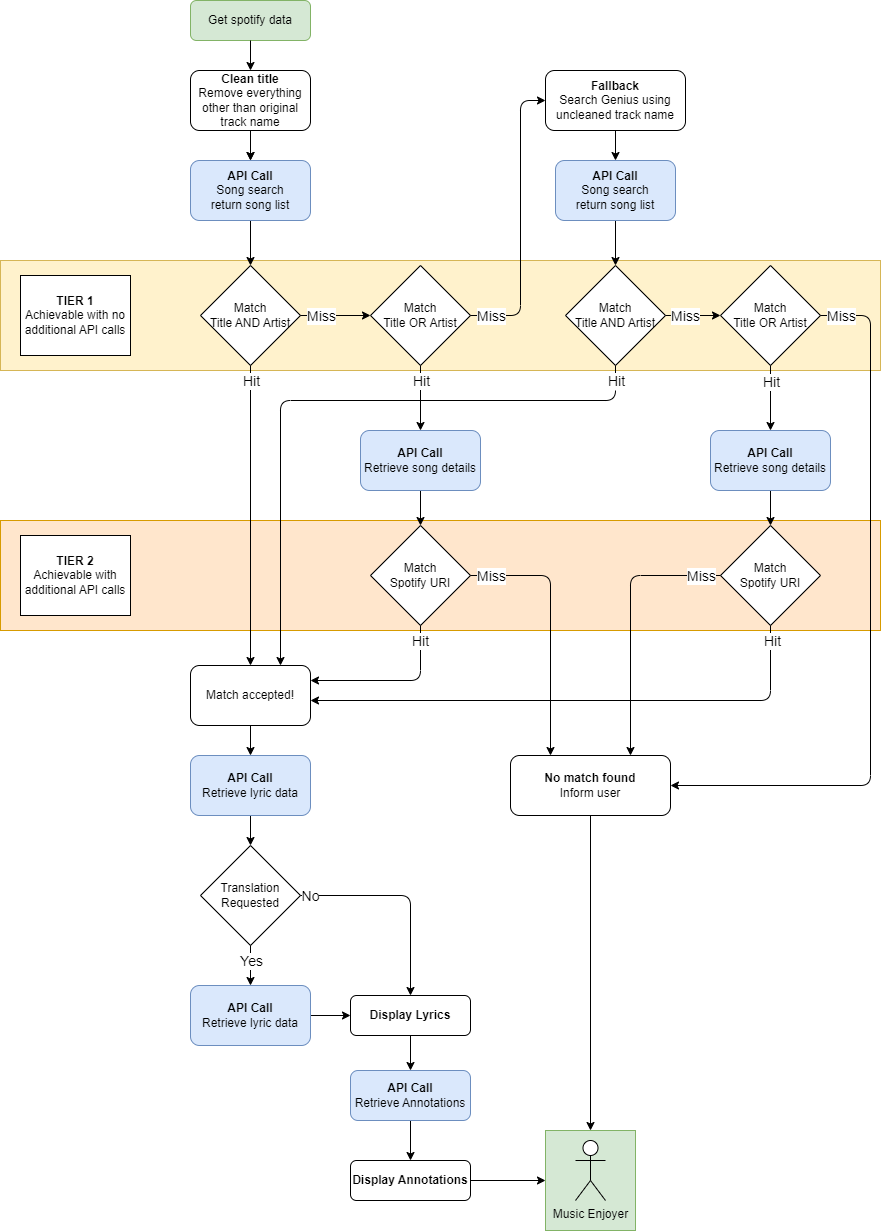
alexbishopbootcamp/music-lyric-player keeps this draw.io diagram as design/lyrics-match.png. Above is the earlier version. Source tidied: cells renumbered, new cells last; positions are measured from the earlier drawing's top-left corner, leaving out a move shared by most shapes.
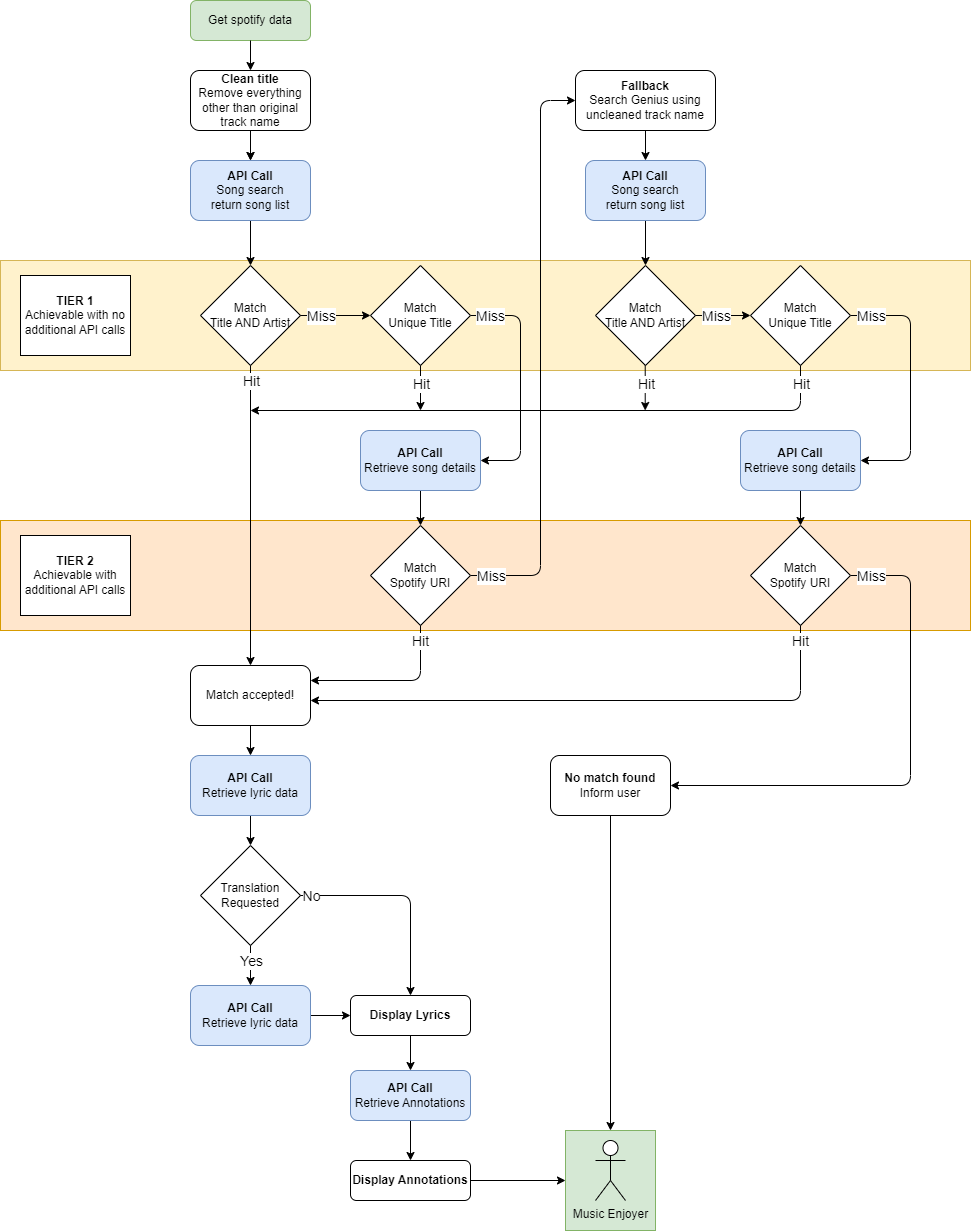
Later version of the same file.

Change to the diagram source:
```diff
@@ -3,13 +3,13 @@
     <mxCell id="0" />
     <mxCell id="1" parent="0" />
     <mxCell id="2" style="rounded=0;whiteSpace=wrap;html=1;shadow=0;glass=0;sketch=0;fillColor=#d5e8d4;strokeColor=#82b366;" parent="1" vertex="1">
-      <mxGeometry x="545" y="1130" width="90" height="100" as="geometry" />
+      <mxGeometry x="565" y="1130" width="90" height="100" as="geometry" />
     </mxCell>
     <mxCell id="3" style="rounded=0;whiteSpace=wrap;html=1;fillColor=#ffe6cc;strokeColor=#d79b00;glass=0;shadow=0;" parent="1" vertex="1">
-      <mxGeometry y="520" width="880" height="110" as="geometry" />
+      <mxGeometry y="520" width="970" height="110" as="geometry" />
     </mxCell>
     <mxCell id="4" style="rounded=0;whiteSpace=wrap;html=1;fillColor=#fff2cc;strokeColor=#d6b656;glass=0;shadow=0;" parent="1" vertex="1">
-      <mxGeometry y="260" width="880" height="110" as="geometry" />
+      <mxGeometry y="260" width="970" height="110" as="geometry" />
     </mxCell>
     <mxCell id="5" value="Get spotify data" style="rounded=1;whiteSpace=wrap;html=1;fillColor=#d5e8d4;strokeColor=#82b366;" parent="1" vertex="1">
       <mxGeometry x="190" width="120" height="40" as="geometry" />
@@ -30,10 +30,10 @@
       <mxGeometry relative="1" as="geometry" />
     </mxCell>
     <mxCell id="11" value="&lt;b&gt;Fallback&lt;/b&gt;&lt;br&gt;Search Genius using uncleaned track name" style="rounded=1;whiteSpace=wrap;html=1;" parent="1" vertex="1">
-      <mxGeometry x="545" y="70" width="140" height="60" as="geometry" />
+      <mxGeometry x="575" y="70" width="140" height="60" as="geometry" />
     </mxCell>
     <mxCell id="12" value="Music Enjoyer" style="shape=umlActor;verticalLabelPosition=bottom;verticalAlign=top;html=1;" parent="1" vertex="1">
-      <mxGeometry x="575" y="1140" width="30" height="60" as="geometry" />
+      <mxGeometry x="595" y="1140" width="30" height="60" as="geometry" />
     </mxCell>
     <mxCell id="13" style="edgeStyle=none;html=1;" parent="1" edge="1" source="14" target="15">
       <mxGeometry relative="1" as="geometry" />
@@ -84,60 +84,43 @@
         <mxPoint x="-15" as="offset" />
       </mxGeometry>
     </mxCell>
+    <mxCell id="29" style="edgeStyle=none;html=1;exitX=1;exitY=0.5;exitDx=0;exitDy=0;entryX=1;entryY=0.5;entryDx=0;entryDy=0;" parent="1" edge="1" source="28" target="66">
+      <mxGeometry relative="1" as="geometry">
+        <Array as="points">
+          <mxPoint x="520" y="315" />
+          <mxPoint x="520" y="460" />
+        </Array>
+      </mxGeometry>
+    </mxCell>
-    <mxCell id="28" value="Match&lt;br&gt;Title OR Artist" style="rhombus;whiteSpace=wrap;html=1;" parent="1" vertex="1">
+    <mxCell id="28" value="Match&lt;br&gt;Unique Title" style="rhombus;whiteSpace=wrap;html=1;" parent="1" vertex="1">
       <mxGeometry x="370" y="265" width="100" height="100" as="geometry" />
     </mxCell>
-    <mxCell id="29" style="endArrow=classic;html=1;exitX=0.5;exitY=1;exitDx=0;exitDy=0;entryX=0.5;entryY=0;entryDx=0;entryDy=0;" parent="1" edge="1" source="28" target="66">
-      <mxGeometry relative="1" as="geometry" />
-    </mxCell>
-    <mxCell id="30" value="Hit" style="edgeLabel;html=1;align=center;verticalAlign=middle;rounded=0;shadow=0;glass=0;sketch=0;fontSize=14;" parent="29" vertex="1">
-      <mxGeometry relative="1" as="geometry">
-        <mxPoint y="-18" as="offset" />
-      </mxGeometry>
-    </mxCell>
-    <mxCell id="31" style="endArrow=classic;html=1;exitX=1;exitY=0.5;exitDx=0;exitDy=0;entryX=0;entryY=0.5;entryDx=0;entryDy=0;" parent="1" edge="1" source="28" target="11">
-      <mxGeometry relative="1" as="geometry">
-        <Array as="points">
-          <mxPoint x="520" y="315" />
-          <mxPoint x="520" y="100" />
-        </Array>
-      </mxGeometry>
-    </mxCell>
-    <mxCell id="32" value="Miss" style="edgeLabel;html=1;align=center;verticalAlign=middle;rounded=0;shadow=0;glass=0;sketch=0;fontSize=14;" parent="31" vertex="1">
-      <mxGeometry relative="1" as="geometry">
-        <mxPoint x="-30" y="95" as="offset" />
-      </mxGeometry>
-    </mxCell>
     <mxCell id="33" style="edgeStyle=none;html=1;" parent="1" edge="1" source="34" target="47">
       <mxGeometry relative="1" as="geometry" />
     </mxCell>
     <mxCell id="34" value="&lt;b&gt;API Call&lt;/b&gt;&lt;br&gt;Song search&lt;br&gt;return song list" style="rounded=1;whiteSpace=wrap;html=1;fillColor=#dae8fc;strokeColor=#6c8ebf;" parent="1" vertex="1">
-      <mxGeometry x="555" y="160" width="120" height="60" as="geometry" />
+      <mxGeometry x="585" y="160" width="120" height="60" as="geometry" />
     </mxCell>
     <mxCell id="35" style="edgeStyle=none;html=1;exitX=0.5;exitY=1;exitDx=0;exitDy=0;" parent="1" edge="1" source="36" target="2">
       <mxGeometry relative="1" as="geometry" />
     </mxCell>
     <mxCell id="36" value="&lt;b&gt;No match found&lt;/b&gt;&lt;br&gt;Inform user" style="rounded=1;whiteSpace=wrap;html=1;" parent="1" vertex="1">
-      <mxGeometry x="510" y="755" width="160" height="60" as="geometry" />
+      <mxGeometry x="550" y="755" width="120" height="60" as="geometry" />
     </mxCell>
     <mxCell id="37" value="Translation Requested" style="rhombus;whiteSpace=wrap;html=1;" parent="1" vertex="1">
       <mxGeometry x="200" y="845" width="100" height="100" as="geometry" />
     </mxCell>
+    <mxCell id="72" style="edgeStyle=none;html=1;exitX=1;exitY=0.5;exitDx=0;exitDy=0;entryX=0;entryY=0.5;entryDx=0;entryDy=0;" parent="1" edge="1" source="38" target="11">
+      <mxGeometry relative="1" as="geometry">
+        <Array as="points">
+          <mxPoint x="540" y="575" />
+          <mxPoint x="540" y="100" />
+        </Array>
+      </mxGeometry>
+    </mxCell>
     <mxCell id="38" value="Match&lt;br&gt;Spotify URI" style="rhombus;whiteSpace=wrap;html=1;" parent="1" vertex="1">
       <mxGeometry x="370" y="525" width="100" height="100" as="geometry" />
     </mxCell>
-    <mxCell id="39" style="endArrow=classic;html=1;exitX=1;exitY=0.5;exitDx=0;exitDy=0;entryX=0.25;entryY=0;entryDx=0;entryDy=0;" parent="1" edge="1" source="38" target="36">
-      <mxGeometry relative="1" as="geometry">
-        <Array as="points">
-          <mxPoint x="550" y="575" />
-        </Array>
-      </mxGeometry>
-    </mxCell>
-    <mxCell id="40" value="Miss" style="edgeLabel;html=1;align=center;verticalAlign=middle;rounded=0;shadow=0;glass=0;sketch=0;fontSize=14;" parent="39" vertex="1">
-      <mxGeometry relative="1" as="geometry">
-        <mxPoint x="-60" y="-50" as="offset" />
-      </mxGeometry>
-    </mxCell>
     <mxCell id="41" style="edgeStyle=none;html=1;" parent="1" edge="1" source="42" target="44">
       <mxGeometry relative="1" as="geometry" />
     </mxCell>
@@ -163,7 +146,7 @@
       </mxGeometry>
     </mxCell>
     <mxCell id="47" value="Match&lt;br&gt;Title AND Artist" style="rhombus;whiteSpace=wrap;html=1;" parent="1" vertex="1">
-      <mxGeometry x="565" y="265" width="100" height="100" as="geometry" />
+      <mxGeometry x="595" y="265" width="100" height="100" as="geometry" />
     </mxCell>
     <mxCell id="48" style="endArrow=classic;html=1;exitX=1;exitY=0.5;exitDx=0;exitDy=0;entryX=0;entryY=0.5;entryDx=0;entryDy=0;" parent="1" edge="1" source="47" target="53">
       <mxGeometry relative="1" as="geometry" />
@@ -173,45 +156,41 @@
         <mxPoint x="-8" as="offset" />
       </mxGeometry>
     </mxCell>
+    <mxCell id="56" style="edgeStyle=none;html=1;exitX=1;exitY=0.5;exitDx=0;exitDy=0;entryX=1;entryY=0.5;entryDx=0;entryDy=0;" parent="1" edge="1" source="50" target="36">
+      <mxGeometry relative="1" as="geometry">
+        <Array as="points">
+          <mxPoint x="910" y="575" />
+          <mxPoint x="910" y="785" />
+        </Array>
+      </mxGeometry>
+    </mxCell>
     <mxCell id="50" value="Match&lt;br&gt;Spotify URI" style="rhombus;whiteSpace=wrap;html=1;" parent="1" vertex="1">
-      <mxGeometry x="720" y="525" width="100" height="100" as="geometry" />
+      <mxGeometry x="750" y="525" width="100" height="100" as="geometry" />
     </mxCell>
     <mxCell id="51" style="endArrow=classic;html=1;exitX=0.5;exitY=1;exitDx=0;exitDy=0;" parent="1" edge="1" source="50">
       <mxGeometry relative="1" as="geometry">
         <mxPoint x="310" y="700" as="targetPoint" />
         <Array as="points">
-          <mxPoint x="770" y="700" />
+          <mxPoint x="800" y="700" />
         </Array>
       </mxGeometry>
     </mxCell>
     <mxCell id="52" value="Hit" style="edgeLabel;html=1;align=center;verticalAlign=middle;rounded=0;shadow=0;glass=0;sketch=0;fontSize=14;" parent="51" vertex="1">
       <mxGeometry relative="1" as="geometry">
-        <mxPoint x="193" y="-60" as="offset" />
+        <mxPoint x="207" y="-60" as="offset" />
       </mxGeometry>
     </mxCell>
+    <mxCell id="69" style="edgeStyle=none;html=1;exitX=1;exitY=0.5;exitDx=0;exitDy=0;entryX=1;entryY=0.5;entryDx=0;entryDy=0;" parent="1" edge="1" source="53" target="68">
+      <mxGeometry relative="1" as="geometry">
+        <Array as="points">
+          <mxPoint x="910" y="315" />
+          <mxPoint x="910" y="460" />
+        </Array>
+      </mxGeometry>
+    </mxCell>
-    <mxCell id="53" value="Match&lt;br&gt;Title OR Artist" style="rhombus;whiteSpace=wrap;html=1;" parent="1" vertex="1">
-      <mxGeometry x="720" y="265" width="100" height="100" as="geometry" />
+    <mxCell id="53" value="Match&lt;br style=&quot;border-color: var(--border-color);&quot;&gt;Unique Title" style="rhombus;whiteSpace=wrap;html=1;" parent="1" vertex="1">
+      <mxGeometry x="750" y="265" width="100" height="100" as="geometry" />
     </mxCell>
-    <mxCell id="54" style="endArrow=classic;html=1;exitX=0.5;exitY=1;exitDx=0;exitDy=0;entryX=0.75;entryY=0;entryDx=0;entryDy=0;" parent="1" edge="1" source="47" target="19">
-      <mxGeometry relative="1" as="geometry">
-        <Array as="points">
-          <mxPoint x="615" y="400" />
-          <mxPoint x="280" y="400" />
-        </Array>
-      </mxGeometry>
-    </mxCell>
-    <mxCell id="55" value="Hit" style="edgeLabel;html=1;align=center;verticalAlign=middle;rounded=0;shadow=0;glass=0;sketch=0;fontSize=14;" parent="54" vertex="1">
-      <mxGeometry relative="1" as="geometry">
-        <mxPoint x="283" y="-20" as="offset" />
-      </mxGeometry>
-    </mxCell>
-    <mxCell id="56" style="endArrow=classic;html=1;exitX=0;exitY=0.5;exitDx=0;exitDy=0;entryX=0.75;entryY=0;entryDx=0;entryDy=0;" parent="1" edge="1" source="50" target="36">
-      <mxGeometry relative="1" as="geometry">
-        <Array as="points">
-          <mxPoint x="630" y="575" />
-        </Array>
-      </mxGeometry>
-    </mxCell>
     <mxCell id="57" style="endArrow=classic;html=1;exitX=0.5;exitY=1;exitDx=0;exitDy=0;entryX=0.5;entryY=0;entryDx=0;entryDy=0;" parent="1" edge="1" source="37" target="23">
       <mxGeometry relative="1" as="geometry" />
     </mxCell>
@@ -238,19 +217,6 @@
     <mxCell id="62" value="&lt;b&gt;Display Annotations&lt;br&gt;&lt;/b&gt;" style="rounded=1;whiteSpace=wrap;html=1;" parent="1" vertex="1">
       <mxGeometry x="350" y="1160" width="120" height="40" as="geometry" />
     </mxCell>
-    <mxCell id="63" style="endArrow=classic;html=1;exitX=1;exitY=0.5;exitDx=0;exitDy=0;entryX=1;entryY=0.5;entryDx=0;entryDy=0;" parent="1" edge="1" source="53" target="36">
-      <mxGeometry relative="1" as="geometry">
-        <Array as="points">
-          <mxPoint x="870" y="315" />
-          <mxPoint x="870" y="785" />
-        </Array>
-      </mxGeometry>
-    </mxCell>
-    <mxCell id="64" value="Miss" style="edgeLabel;html=1;align=center;verticalAlign=middle;rounded=0;shadow=0;glass=0;sketch=0;fontSize=14;" parent="63" vertex="1">
-      <mxGeometry relative="1" as="geometry">
-        <mxPoint x="-30" y="-310" as="offset" />
-      </mxGeometry>
-    </mxCell>
     <mxCell id="65" style="edgeStyle=none;html=1;" parent="1" edge="1" source="66" target="38">
       <mxGeometry relative="1" as="geometry" />
     </mxCell>
@@ -261,18 +227,53 @@
       <mxGeometry relative="1" as="geometry" />
     </mxCell>
     <mxCell id="68" value="&lt;b&gt;API Call&lt;/b&gt;&lt;br&gt;Retrieve song details" style="rounded=1;whiteSpace=wrap;html=1;fillColor=#dae8fc;strokeColor=#6c8ebf;" parent="1" vertex="1">
-      <mxGeometry x="710" y="430" width="120" height="60" as="geometry" />
+      <mxGeometry x="740" y="430" width="120" height="60" as="geometry" />
     </mxCell>
-    <mxCell id="69" style="endArrow=classic;html=1;exitX=0.5;exitY=1;exitDx=0;exitDy=0;entryX=0.5;entryY=0;entryDx=0;entryDy=0;" parent="1" edge="1" source="53" target="68">
-      <mxGeometry relative="1" as="geometry" />
-    </mxCell>
-    <mxCell id="70" value="Hit" style="edgeLabel;html=1;align=center;verticalAlign=middle;rounded=0;shadow=0;glass=0;sketch=0;fontSize=14;" parent="69" vertex="1">
-      <mxGeometry relative="1" as="geometry">
-        <mxPoint y="-17" as="offset" />
-      </mxGeometry>
-    </mxCell>
     <mxCell id="71" value="Miss" style="edgeLabel;html=1;align=center;verticalAlign=middle;rounded=0;shadow=0;glass=0;sketch=0;fontSize=14;" parent="1" vertex="1">
-      <mxGeometry x="700" y="575" as="geometry" />
+      <mxGeometry x="870" y="575" as="geometry" />
     </mxCell>
+    <mxCell id="73" style="endArrow=classic;html=1;exitX=0.5;exitY=1;exitDx=0;exitDy=0;" parent="1" edge="1" source="53">
+      <mxGeometry relative="1" as="geometry">
+        <mxPoint x="250" y="410" as="targetPoint" />
+        <Array as="points">
+          <mxPoint x="800" y="410" />
+        </Array>
+      </mxGeometry>
+    </mxCell>
+    <mxCell id="74" value="Hit" style="edgeLabel;html=1;align=center;verticalAlign=middle;rounded=0;shadow=0;glass=0;sketch=0;fontSize=14;" parent="1" vertex="1">
+      <mxGeometry x="800" y="390" as="geometry">
+        <mxPoint x="1" y="-7" as="offset" />
+      </mxGeometry>
+    </mxCell>
+    <mxCell id="75" style="endArrow=classic;html=1;exitX=0.5;exitY=1;exitDx=0;exitDy=0;" parent="1" edge="1" source="28">
+      <mxGeometry relative="1" as="geometry">
+        <mxPoint x="420" y="410" as="targetPoint" />
+      </mxGeometry>
+    </mxCell>
+    <mxCell id="76" value="Miss" style="edgeLabel;html=1;align=center;verticalAlign=middle;rounded=0;shadow=0;glass=0;sketch=0;fontSize=14;" parent="1" vertex="1">
+      <mxGeometry x="490" y="315" as="geometry" />
+    </mxCell>
+    <mxCell id="77" value="Hit" style="edgeLabel;html=1;align=center;verticalAlign=middle;rounded=0;shadow=0;glass=0;sketch=0;fontSize=14;" parent="1" vertex="1">
+      <mxGeometry x="420" y="390" as="geometry">
+        <mxPoint x="1" y="-7" as="offset" />
+      </mxGeometry>
+    </mxCell>
+    <mxCell id="78" value="Miss" style="edgeLabel;html=1;align=center;verticalAlign=middle;rounded=0;shadow=0;glass=0;sketch=0;fontSize=14;" parent="1" vertex="1">
+      <mxGeometry x="490" y="575" as="geometry" />
+    </mxCell>
+    <mxCell id="79" style="endArrow=classic;html=1;exitX=0.5;exitY=1;exitDx=0;exitDy=0;" parent="1" edge="1">
+      <mxGeometry relative="1" as="geometry">
+        <mxPoint x="644.7" y="365" as="sourcePoint" />
+        <mxPoint x="644.7" y="410" as="targetPoint" />
+      </mxGeometry>
+    </mxCell>
+    <mxCell id="80" value="Hit" style="edgeLabel;html=1;align=center;verticalAlign=middle;rounded=0;shadow=0;glass=0;sketch=0;fontSize=14;" parent="1" vertex="1">
+      <mxGeometry x="644.7" y="390" as="geometry">
+        <mxPoint x="1" y="-7" as="offset" />
+      </mxGeometry>
+    </mxCell>
+    <mxCell id="81" value="Miss" style="edgeLabel;html=1;align=center;verticalAlign=middle;rounded=0;shadow=0;glass=0;sketch=0;fontSize=14;" parent="1" vertex="1">
+      <mxGeometry x="870" y="315" as="geometry" />
+    </mxCell>
   </root>
 </mxGraphModel>
```
